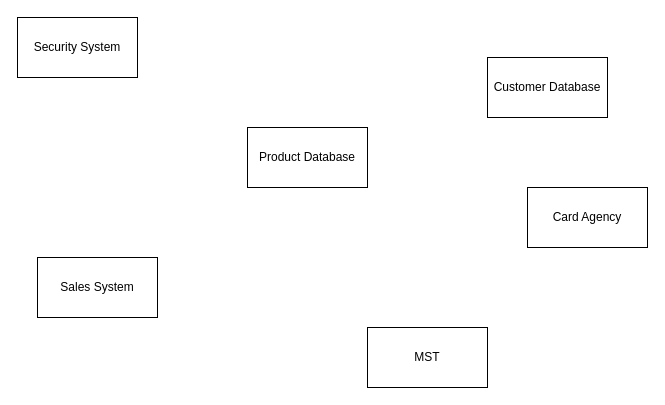
The draw.io diagram workshop10_week11.drawio in antonykimuom/SWEN30006-2025-SM1-workshop1-tuew05-14-00-team-12, before the edit. Source tidied: cells renumbered, new cells numbered last; positions are measured from the earlier drawing's top-left corner, leaving out a move shared by most shapes. Both pictures are drawn from the tidied source at 100%, with x=0, y=0 at pixel (17, 17).
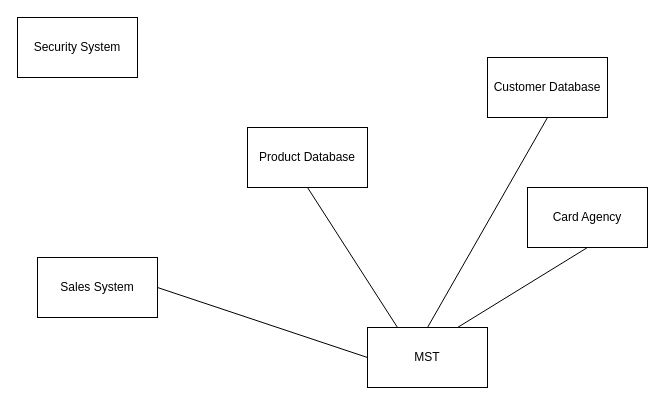
After the change.

Commit message:
connected some boxes

Diff of the diagram source:
```diff
@@
 <mxGraphModel>
   <root>
     <mxCell id="0" />
     <mxCell id="1" parent="0" />
     <mxCell id="2" value="Product Database" style="rounded=0;whiteSpace=wrap;html=1;" parent="1" vertex="1">
       <mxGeometry x="230" y="110" width="120" height="60" as="geometry" />
     </mxCell>
     <mxCell id="3" value="Customer Database" style="rounded=0;whiteSpace=wrap;html=1;" parent="1" vertex="1">
       <mxGeometry x="470" y="40" width="120" height="60" as="geometry" />
     </mxCell>
     <mxCell id="4" value="Security System" style="rounded=0;whiteSpace=wrap;html=1;" parent="1" vertex="1">
       <mxGeometry width="120" height="60" as="geometry" />
     </mxCell>
     <mxCell id="5" value="MST" style="rounded=0;whiteSpace=wrap;html=1;" parent="1" vertex="1">
       <mxGeometry x="350" y="310" width="120" height="60" as="geometry" />
     </mxCell>
     <mxCell id="6" value="Sales System" style="rounded=0;whiteSpace=wrap;html=1;" parent="1" vertex="1">
       <mxGeometry x="20" y="240" width="120" height="60" as="geometry" />
     </mxCell>
     <mxCell id="7" value="Card Agency" style="rounded=0;whiteSpace=wrap;html=1;" parent="1" vertex="1">
       <mxGeometry x="510" y="170" width="120" height="60" as="geometry" />
     </mxCell>
+    <mxCell id="8" style="endArrow=none;html=1;rounded=0;exitX=0.25;exitY=0;exitDx=0;exitDy=0;entryX=0.5;entryY=1;entryDx=0;entryDy=0;" parent="1" edge="1" source="5" target="2">
+      <mxGeometry relative="1" as="geometry" />
+    </mxCell>
+    <mxCell id="9" style="endArrow=none;html=1;rounded=0;exitX=0.5;exitY=1;exitDx=0;exitDy=0;entryX=0.5;entryY=0;entryDx=0;entryDy=0;" parent="1" edge="1" source="3" target="5">
+      <mxGeometry relative="1" as="geometry" />
+    </mxCell>
+    <mxCell id="10" style="endArrow=none;html=1;rounded=0;exitX=0.5;exitY=1;exitDx=0;exitDy=0;entryX=0.75;entryY=0;entryDx=0;entryDy=0;" parent="1" edge="1" source="7" target="5">
+      <mxGeometry relative="1" as="geometry" />
+    </mxCell>
+    <mxCell id="11" style="endArrow=none;html=1;rounded=0;exitX=1;exitY=0.5;exitDx=0;exitDy=0;entryX=0;entryY=0.5;entryDx=0;entryDy=0;" parent="1" edge="1" source="6" target="5">
+      <mxGeometry relative="1" as="geometry" />
+    </mxCell>
   </root>
 </mxGraphModel>
```
